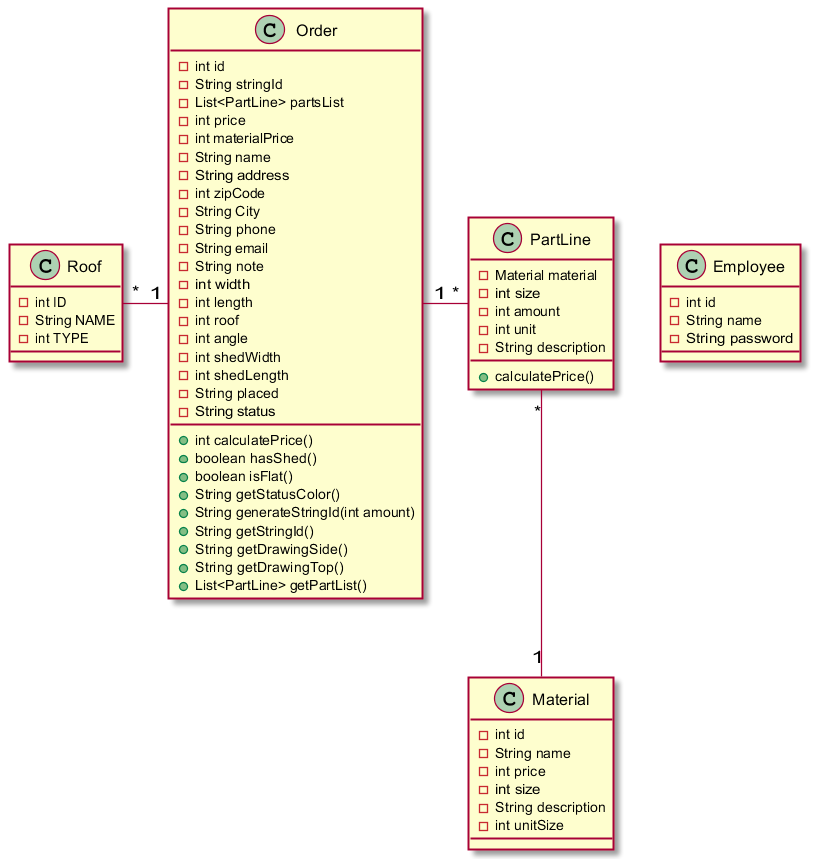
NikolajX4000/Sem2Exam keeps this PlantUML diagram as ClassDiagram.png. Above is the earlier version. Its source is kept beside it as src/main/java/UML/ClassDiagram.puml. Its diagram source:
```plantuml
@startuml

class Employee{
    -int id
    -String name
    -String password
}

class Material{
    -int id
    -String name
    -int price
    -int size
    -String description
    -int unitSize
}

class Order{
    -int id
    -String stringId
    -List<PartLine> partsList
    -int price
    -int materialPrice
    -String name
    -String address
    -int zipCode
    -String City
    -String phone
    -String email
    -String note
    -int width
    -int length
    -int roof
    -int angle
    -int shedWidth
    -int shedLength
    -String placed
    -String status

    +int calculatePrice()
    +boolean hasShed()
    +boolean isFlat()
    +String getStatusColor()
    +String generateStringId(int amount)
    +String getStringId()
    +String getDrawingSide()
    +String getDrawingTop()
    +List<PartLine> getPartList()
}

class PartLine{
    -Material material
    -int size
    -int amount
    -int unit
    -String description

    +calculatePrice()
}

class Roof{
    -int ID
    -String NAME
    -int TYPE
}

Order "1" -left- "*" Roof
Order "1" -right- "*" PartLine
PartLine "*" -- "1" Material

@enduml
```
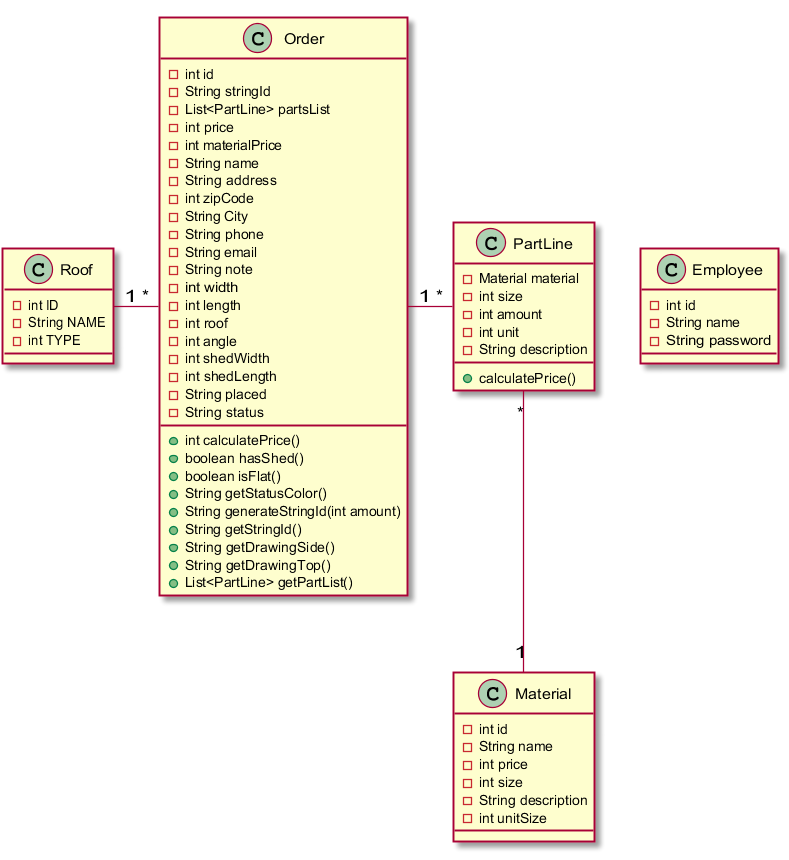
The same diagram one commit later.

The edit, as a diff of the source:
```diff
@@ -64,7 +64,7 @@
     -int TYPE
 }
 
-Order "1" -left- "*" Roof
+Order "*" -left- "1" Roof
 Order "1" -right- "*" PartLine
 PartLine "*" -- "1" Material
 
```
